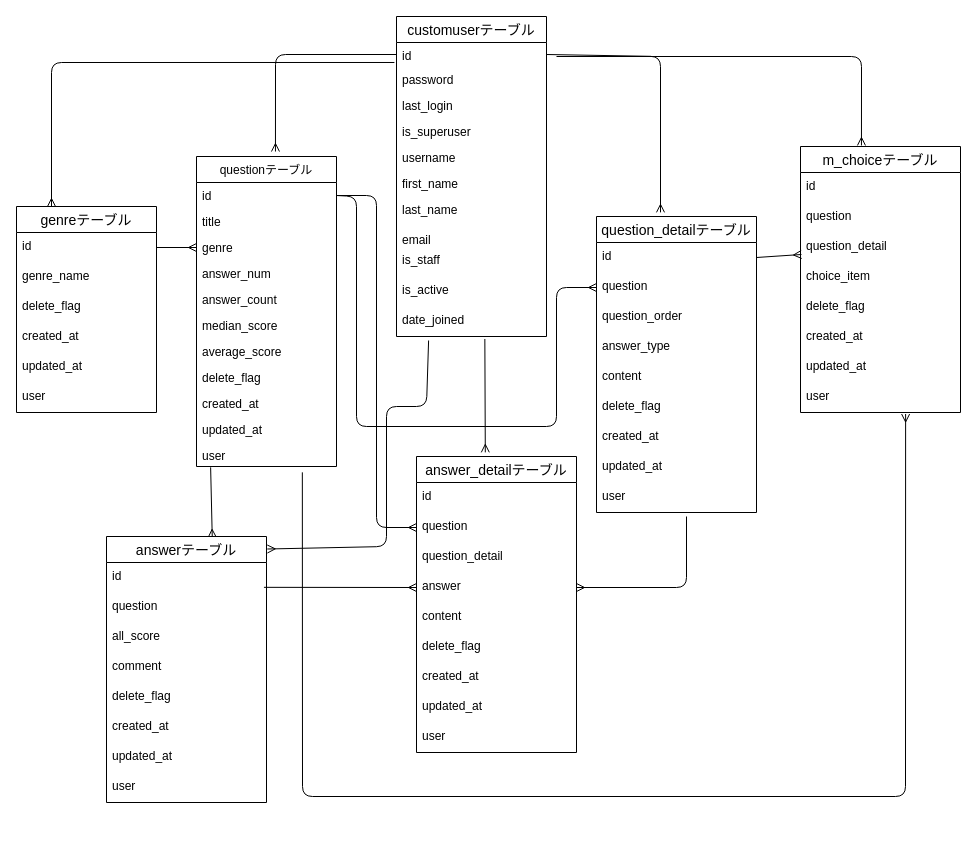
Earlier version of the draw.io diagram questionary.dio (kim-shun/questionary_project). Source tidied: cells renumbered, new cells numbered last; positions are measured from the earlier drawing's top-left corner, leaving out a move shared by most shapes. Both pictures are drawn from the tidied source at 100%, with x=0, y=0 at pixel (16, 16).
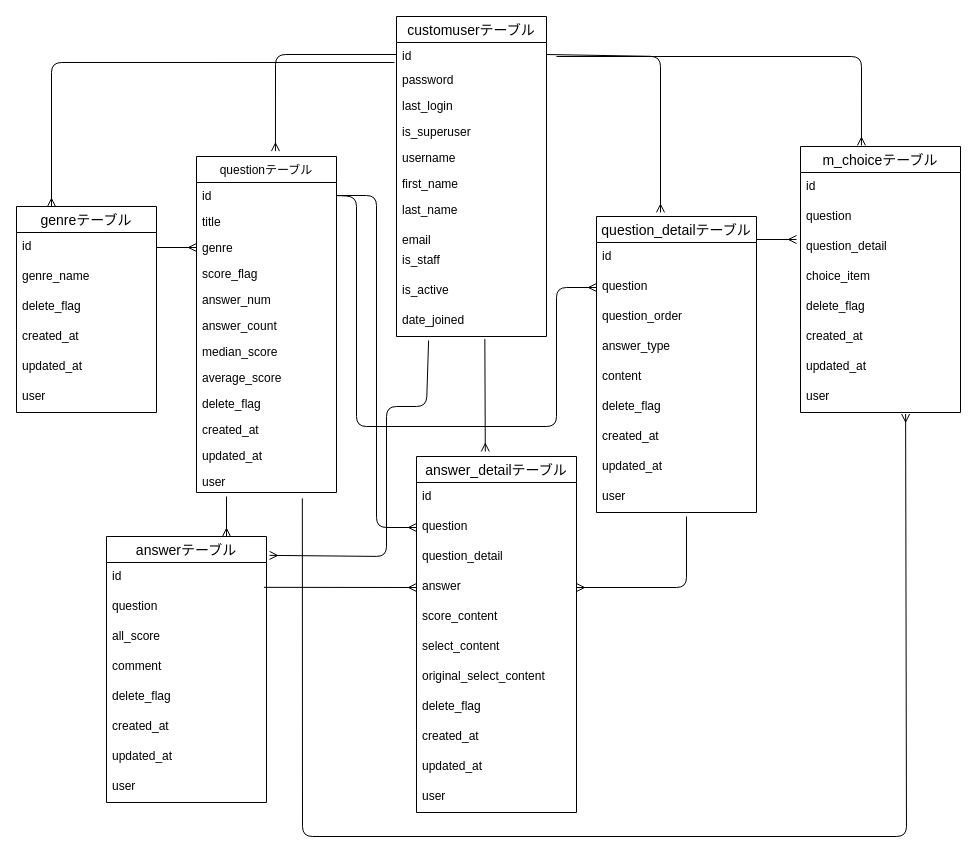
The same diagram, later.

Commit message (it also covers changes not shown here):
テーブル定義見直しに伴うREADME修正

Unchanged cells that the change refers to:
```xml
<mxCell id="15" value="date_joined" style="text;strokeColor=none;fillColor=none;spacingLeft=4;spacingRight=4;overflow=hidden;points=[[0,0.5],[1,0.5]];portConstraint=eastwest;fontSize=12;shadow=0;" parent="4" vertex="1">
  <mxGeometry y="290" width="150" height="30" as="geometry" />
</mxCell>
<mxCell id="25" value="id" style="text;strokeColor=none;fillColor=none;spacingLeft=4;spacingRight=4;overflow=hidden;points=[[0,0.5],[1,0.5]];portConstraint=eastwest;fontSize=12;" parent="24" vertex="1">
  <mxGeometry y="26" width="160" height="30" as="geometry" />
</mxCell>
<mxCell id="51" value="question_detail" style="text;strokeColor=none;fillColor=none;spacingLeft=4;spacingRight=4;overflow=hidden;points=[[0,0.5],[1,0.5]];portConstraint=eastwest;fontSize=12;" parent="48" vertex="1">
  <mxGeometry y="86" width="160" height="30" as="geometry" />
</mxCell>
<mxCell id="56" value="user" style="text;strokeColor=none;fillColor=none;spacingLeft=4;spacingRight=4;overflow=hidden;points=[[0,0.5],[1,0.5]];portConstraint=eastwest;fontSize=12;" parent="48" vertex="1">
  <mxGeometry y="236" width="160" height="30" as="geometry" />
</mxCell>
<mxCell id="67" value="answerテーブル" style="swimlane;fontStyle=0;horizontal=1;startSize=26;align=center;fontSize=14;" parent="1" vertex="1">
  <mxGeometry x="90" y="520" width="160" height="266" as="geometry" />
</mxCell>
```

What changed in the source:
```diff
@@
-    <mxCell id="3" style="edgeStyle=none;shape=connector;rounded=1;html=1;entryX=1.005;entryY=0.047;entryDx=0;entryDy=0;labelBackgroundColor=default;strokeColor=default;fontFamily=Helvetica;fontSize=11;fontColor=default;startArrow=none;startFill=0;endArrow=ERmany;endFill=0;exitX=0.214;exitY=1.133;exitDx=0;exitDy=0;exitPerimeter=0;entryPerimeter=0;" parent="1" edge="1" source="15" target="67">
+    <mxCell id="3" style="edgeStyle=none;shape=connector;rounded=1;html=1;labelBackgroundColor=default;strokeColor=default;fontFamily=Helvetica;fontSize=11;fontColor=default;startArrow=none;startFill=0;endArrow=ERmany;endFill=0;exitX=0.214;exitY=1.133;exitDx=0;exitDy=0;exitPerimeter=0;entryX=1.019;entryY=0.071;entryDx=0;entryDy=0;entryPerimeter=0;" parent="1" edge="1" source="15" target="67">
       <mxGeometry relative="1" as="geometry">
         <Array as="points">
           <mxPoint x="410" y="390" />
           <mxPoint x="370" y="390" />
-          <mxPoint x="370" y="530" />
+          <mxPoint x="370" y="540" />
         </Array>
       </mxGeometry>
     </mxCell>
@@
-    <mxCell id="34" style="edgeStyle=none;shape=connector;rounded=1;html=1;labelBackgroundColor=default;strokeColor=default;fontFamily=Helvetica;fontSize=11;fontColor=default;startArrow=none;startFill=0;endArrow=ERmany;endFill=0;exitX=0.101;exitY=1.035;exitDx=0;exitDy=0;exitPerimeter=0;entryX=0.661;entryY=0.003;entryDx=0;entryDy=0;entryPerimeter=0;" parent="1" edge="1" source="47" target="67">
-      <mxGeometry relative="1" as="geometry" />
+    <mxCell id="34" style="edgeStyle=none;shape=connector;rounded=1;html=1;labelBackgroundColor=default;strokeColor=default;fontFamily=Helvetica;fontSize=11;fontColor=default;startArrow=none;startFill=0;endArrow=ERmany;endFill=0;entryX=0.75;entryY=0;entryDx=0;entryDy=0;" parent="1" edge="1" target="67">
+      <mxGeometry relative="1" as="geometry">
+        <mxPoint x="210" y="480" as="sourcePoint" />
+      </mxGeometry>
     </mxCell>
     <mxCell id="35" style="edgeStyle=none;shape=connector;rounded=1;html=1;labelBackgroundColor=default;strokeColor=default;fontFamily=Helvetica;fontSize=11;fontColor=default;startArrow=none;startFill=0;endArrow=ERmany;endFill=0;exitX=0.756;exitY=1.243;exitDx=0;exitDy=0;exitPerimeter=0;entryX=0.657;entryY=1.05;entryDx=0;entryDy=0;entryPerimeter=0;" parent="1" edge="1" source="47" target="56">
       <mxGeometry relative="1" as="geometry">
         <Array as="points">
-          <mxPoint x="286" y="780" />
-          <mxPoint x="889" y="780" />
+          <mxPoint x="286" y="820" />
+          <mxPoint x="890" y="820" />
         </Array>
       </mxGeometry>
     </mxCell>
     <mxCell id="36" value="questionテーブル" style="swimlane;fontStyle=0;horizontal=1;startSize=26;fillColor=none;" parent="1" vertex="1">
-      <mxGeometry x="180" y="140" width="140" height="310" as="geometry" />
+      <mxGeometry x="180" y="140" width="140" height="336" as="geometry" />
     </mxCell>
@@
+    <mxCell id="85" value="score_flag" style="text;strokeColor=none;fillColor=none;align=left;verticalAlign=top;spacingLeft=4;spacingRight=4;overflow=hidden;" parent="36" vertex="1">
+      <mxGeometry y="104" width="140" height="26" as="geometry" />
+    </mxCell>
     <mxCell id="40" value="answer_num" style="text;strokeColor=none;fillColor=none;align=left;verticalAlign=top;spacingLeft=4;spacingRight=4;overflow=hidden;" parent="36" vertex="1">
-      <mxGeometry y="104" width="140" height="26" as="geometry" />
+      <mxGeometry y="130" width="140" height="26" as="geometry" />
     </mxCell>
     <mxCell id="41" value="answer_count" style="text;strokeColor=none;fillColor=none;align=left;verticalAlign=top;spacingLeft=4;spacingRight=4;overflow=hidden;" parent="36" vertex="1">
-      <mxGeometry y="130" width="140" height="26" as="geometry" />
+      <mxGeometry y="156" width="140" height="26" as="geometry" />
     </mxCell>
     <mxCell id="42" value="median_score" style="text;strokeColor=none;fillColor=none;align=left;verticalAlign=top;spacingLeft=4;spacingRight=4;overflow=hidden;" parent="36" vertex="1">
-      <mxGeometry y="156" width="140" height="26" as="geometry" />
+      <mxGeometry y="182" width="140" height="26" as="geometry" />
     </mxCell>
     <mxCell id="43" value="average_score" style="text;strokeColor=none;fillColor=none;align=left;verticalAlign=top;spacingLeft=4;spacingRight=4;overflow=hidden;" parent="36" vertex="1">
-      <mxGeometry y="182" width="140" height="26" as="geometry" />
+      <mxGeometry y="208" width="140" height="26" as="geometry" />
     </mxCell>
     <mxCell id="44" value="delete_flag" style="text;strokeColor=none;fillColor=none;align=left;verticalAlign=top;spacingLeft=4;spacingRight=4;overflow=hidden;" parent="36" vertex="1">
-      <mxGeometry y="208" width="140" height="26" as="geometry" />
+      <mxGeometry y="234" width="140" height="26" as="geometry" />
     </mxCell>
     <mxCell id="45" value="created_at" style="text;strokeColor=none;fillColor=none;align=left;verticalAlign=top;spacingLeft=4;spacingRight=4;overflow=hidden;" parent="36" vertex="1">
-      <mxGeometry y="234" width="140" height="26" as="geometry" />
+      <mxGeometry y="260" width="140" height="26" as="geometry" />
     </mxCell>
     <mxCell id="46" value="updated_at" style="text;strokeColor=none;fillColor=none;align=left;verticalAlign=top;spacingLeft=4;spacingRight=4;overflow=hidden;" parent="36" vertex="1">
-      <mxGeometry y="260" width="140" height="26" as="geometry" />
+      <mxGeometry y="286" width="140" height="26" as="geometry" />
     </mxCell>
     <mxCell id="47" value="user" style="text;strokeColor=none;fillColor=none;align=left;verticalAlign=top;spacingLeft=4;spacingRight=4;overflow=hidden;points=[[0,0.5],[1,0.5]];portConstraint=eastwest;" parent="36" vertex="1">
-      <mxGeometry y="286" width="140" height="24" as="geometry" />
+      <mxGeometry y="312" width="140" height="24" as="geometry" />
     </mxCell>
@@
     <mxCell id="57" value="answer_detailテーブル" style="swimlane;fontStyle=0;horizontal=1;startSize=26;align=center;fontSize=14;" parent="1" vertex="1">
-      <mxGeometry x="400" y="440" width="160" height="296" as="geometry" />
+      <mxGeometry x="400" y="440" width="160" height="356" as="geometry" />
     </mxCell>
@@
-    <mxCell id="62" value="content" style="text;strokeColor=none;fillColor=none;spacingLeft=4;spacingRight=4;overflow=hidden;fontSize=12;" parent="57" vertex="1">
+    <mxCell id="62" value="score_content" style="text;strokeColor=none;fillColor=none;spacingLeft=4;spacingRight=4;overflow=hidden;fontSize=12;" parent="57" vertex="1">
       <mxGeometry y="146" width="160" height="30" as="geometry" />
     </mxCell>
+    <mxCell id="86" value="select_content" style="text;strokeColor=none;fillColor=none;spacingLeft=4;spacingRight=4;overflow=hidden;fontSize=12;" parent="57" vertex="1">
+      <mxGeometry y="176" width="160" height="30" as="geometry" />
+    </mxCell>
+    <mxCell id="87" value="original_select_content" style="text;strokeColor=none;fillColor=none;spacingLeft=4;spacingRight=4;overflow=hidden;fontSize=12;" parent="57" vertex="1">
+      <mxGeometry y="206" width="160" height="30" as="geometry" />
+    </mxCell>
     <mxCell id="63" value="delete_flag" style="text;strokeColor=none;fillColor=none;spacingLeft=4;spacingRight=4;overflow=hidden;fontSize=12;" parent="57" vertex="1">
-      <mxGeometry y="176" width="160" height="30" as="geometry" />
+      <mxGeometry y="236" width="160" height="30" as="geometry" />
     </mxCell>
     <mxCell id="64" value="created_at" style="text;strokeColor=none;fillColor=none;spacingLeft=4;spacingRight=4;overflow=hidden;fontSize=12;" parent="57" vertex="1">
-      <mxGeometry y="206" width="160" height="30" as="geometry" />
+      <mxGeometry y="266" width="160" height="30" as="geometry" />
     </mxCell>
     <mxCell id="65" value="updated_at" style="text;strokeColor=none;fillColor=none;spacingLeft=4;spacingRight=4;overflow=hidden;fontSize=12;" parent="57" vertex="1">
-      <mxGeometry y="236" width="160" height="30" as="geometry" />
+      <mxGeometry y="296" width="160" height="30" as="geometry" />
     </mxCell>
     <mxCell id="66" value="user" style="text;strokeColor=none;fillColor=none;spacingLeft=4;spacingRight=4;overflow=hidden;fontSize=12;" parent="57" vertex="1">
-      <mxGeometry y="266" width="160" height="30" as="geometry" />
+      <mxGeometry y="326" width="160" height="30" as="geometry" />
     </mxCell>
@@
-    <mxCell id="79" style="edgeStyle=none;shape=connector;rounded=1;html=1;exitX=1;exitY=0.5;exitDx=0;exitDy=0;entryX=0.006;entryY=0.733;entryDx=0;entryDy=0;entryPerimeter=0;labelBackgroundColor=default;strokeColor=default;fontFamily=Helvetica;fontSize=11;fontColor=default;startArrow=none;startFill=0;endArrow=ERmany;endFill=0;" parent="1" edge="1" source="25" target="51">
-      <mxGeometry relative="1" as="geometry" />
+    <mxCell id="79" style="edgeStyle=none;shape=connector;rounded=1;html=1;entryX=-0.025;entryY=0.233;entryDx=0;entryDy=0;entryPerimeter=0;labelBackgroundColor=default;strokeColor=default;fontFamily=Helvetica;fontSize=11;fontColor=default;startArrow=none;startFill=0;endArrow=ERmany;endFill=0;" parent="1" edge="1" target="51">
+      <mxGeometry relative="1" as="geometry">
+        <mxPoint x="740" y="223" as="sourcePoint" />
+      </mxGeometry>
     </mxCell>
```
